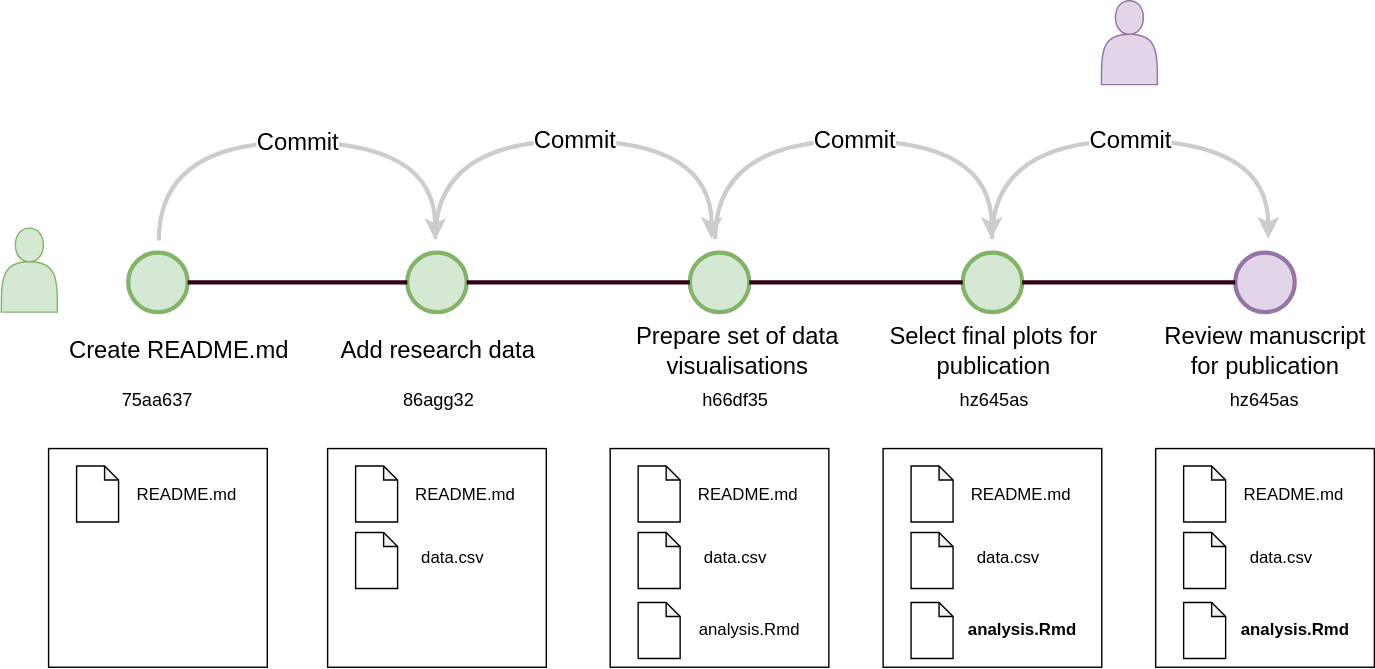
larnsce/diagrams keeps this draw.io diagram as commit-messages-collaborate.drawio.svg. Above is the earlier version. Source tidied: cells renumbered, new cells last; positions are measured from the earlier drawing's top-left corner, leaving out a move shared by most shapes.
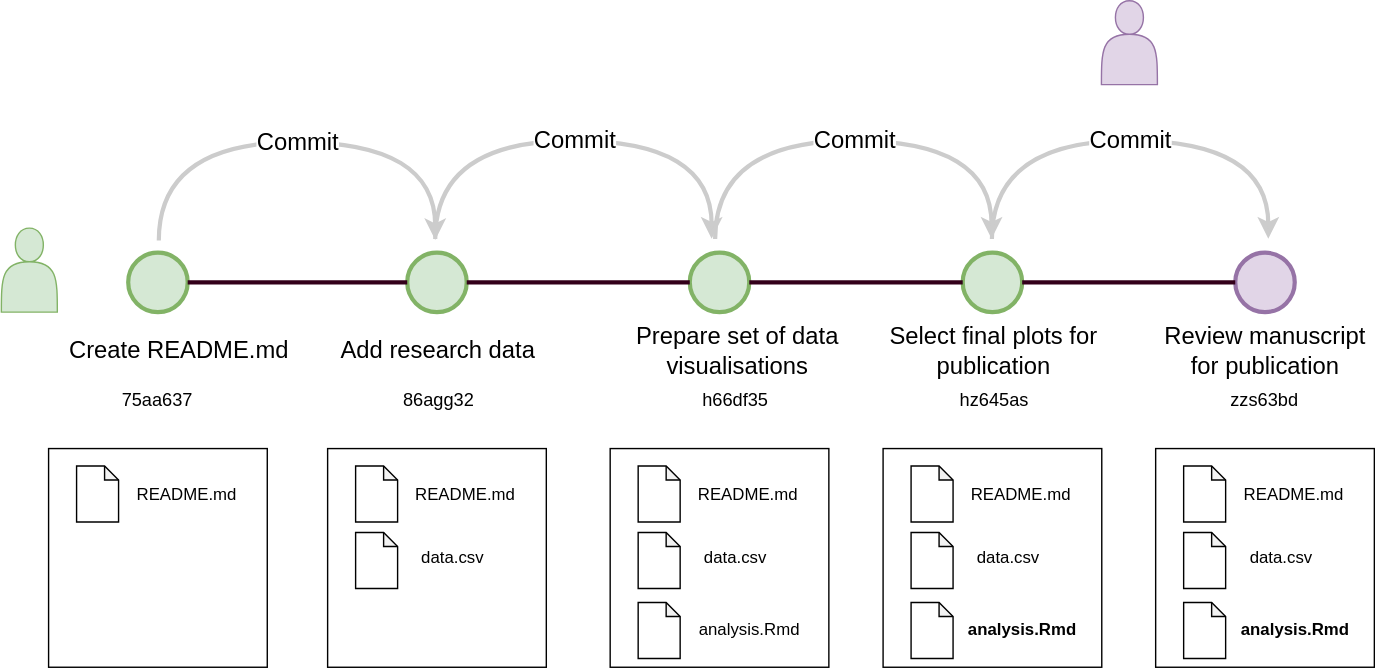
After the commit.

Change to the diagram source:
```diff
@@ -167,7 +167,7 @@
     <mxCell id="48" value="Review manuscript for publication" style="text;html=1;strokeColor=none;fillColor=none;align=center;verticalAlign=middle;whiteSpace=wrap;rounded=0;fontSize=17;" parent="1" vertex="1">
       <mxGeometry x="826.2" y="236.2" width="155" height="30" as="geometry" />
     </mxCell>
-    <mxCell id="49" value="hz645as" style="text;html=1;strokeColor=none;fillColor=none;align=center;verticalAlign=middle;whiteSpace=wrap;rounded=0;fontSize=13;" parent="1" vertex="1">
+    <mxCell id="49" value="zzs63bd" style="text;html=1;strokeColor=none;fillColor=none;align=center;verticalAlign=middle;whiteSpace=wrap;rounded=0;fontSize=13;" parent="1" vertex="1">
       <mxGeometry x="873.1" y="270" width="60" height="30" as="geometry" />
     </mxCell>
     <mxCell id="50" style="whiteSpace=wrap;html=1;" parent="1" vertex="1">
```
